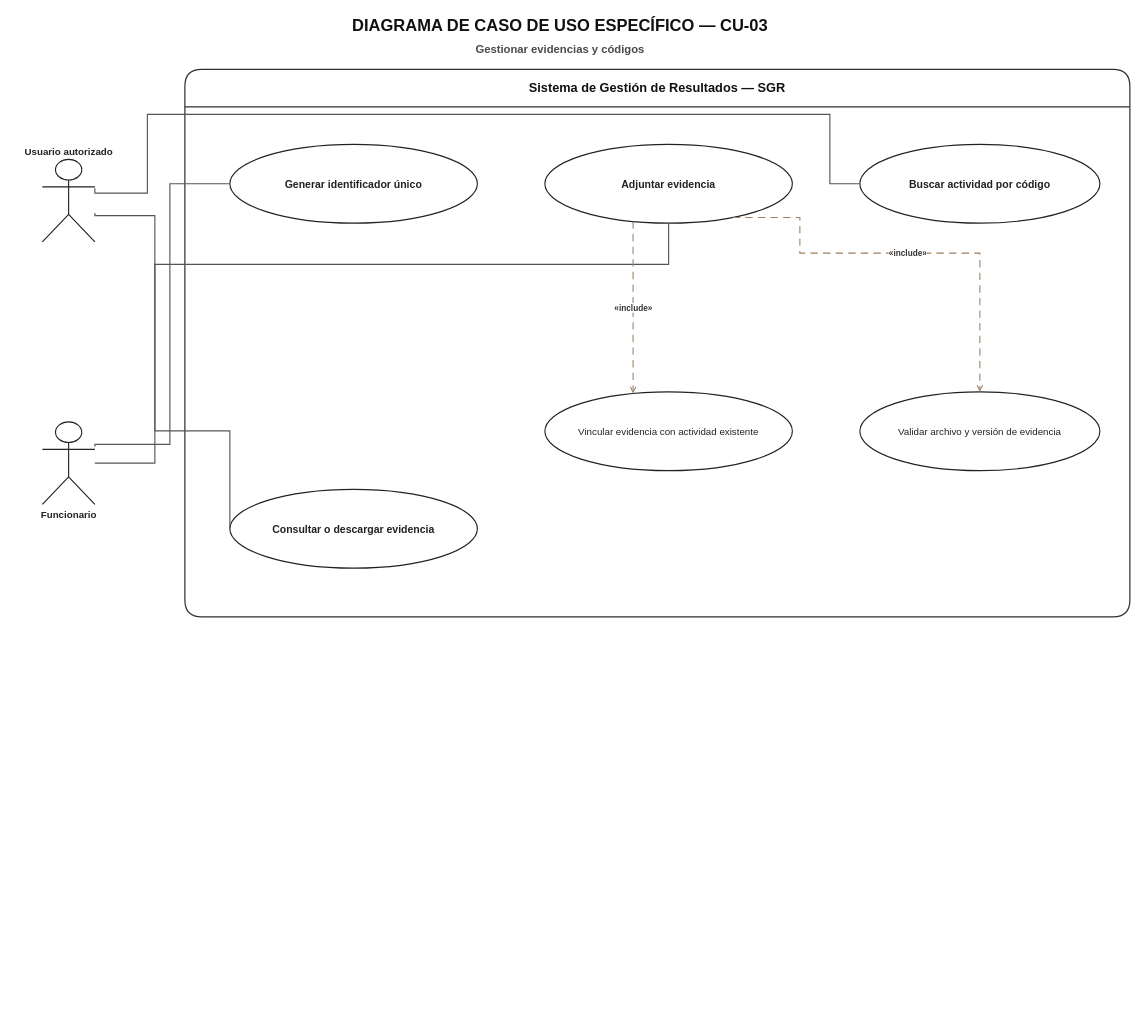
This is docs/uml/02_casos_de_uso/02_especificos/CU03_gestionar_evidencias_y_codigos/Diagrama_Caso_Uso_Especifico_CU03_SGR.drawio from MasterCapehart/sgr-proyecto-integrado, a draw.io file, before an edit. Source tidied: cells renumbered, new cells numbered last; positions are measured from the earlier drawing's top-left corner, leaving out a move shared by most shapes. Both pictures are drawn from the tidied source at 75%, with x=0, y=0 at pixel (42, 13).
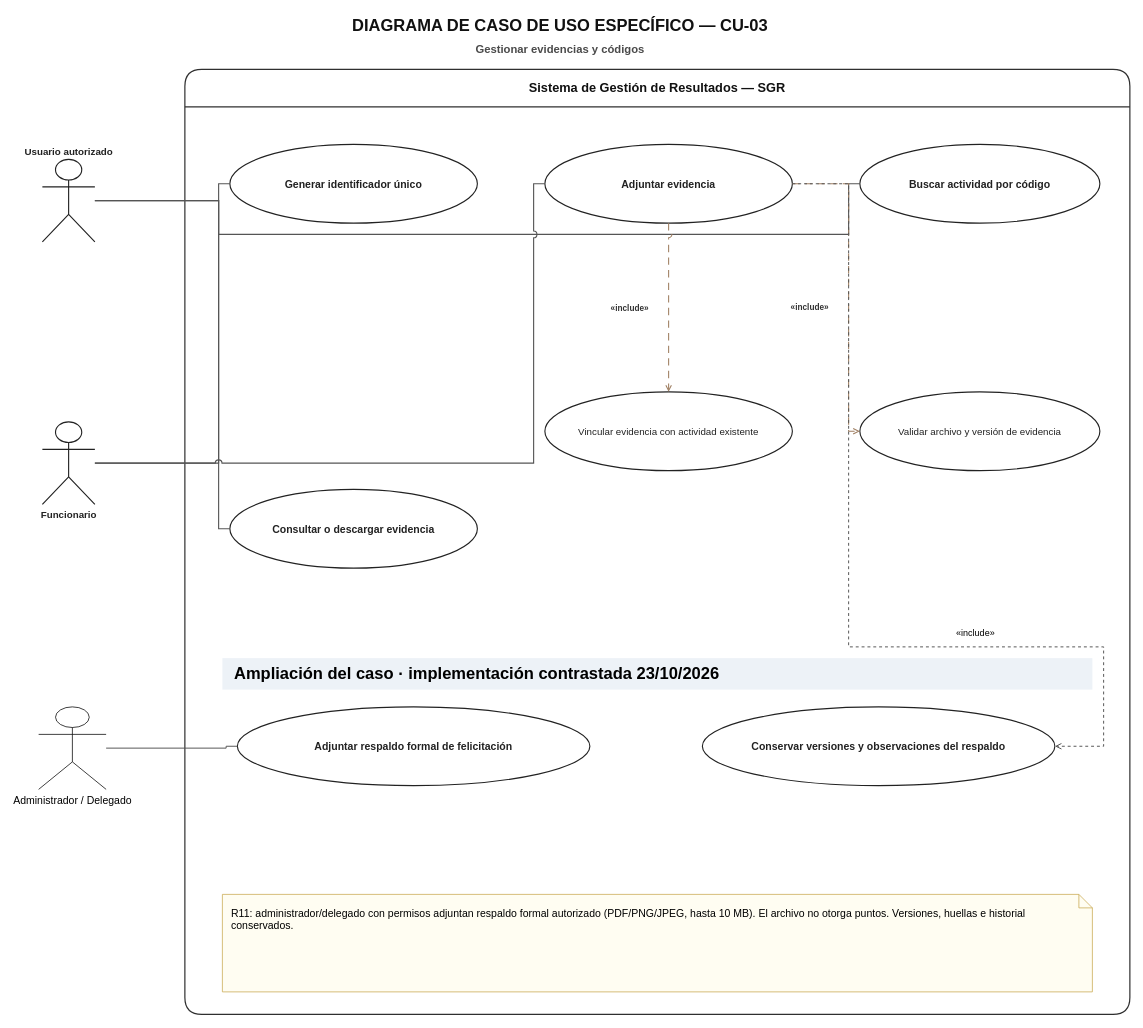
The same diagram, later.

Unchanged cells that the change refers to:
```xml
<mxCell id="5" value="Consultar o descargar evidencia" style="ellipse;whiteSpace=wrap;html=1;fillColor=#FFFFFF;strokeColor=#222222;fontColor=#222222;fontSize=14;strokeWidth=1.5;fontStyle=1;" parent="4" vertex="1">
  <mxGeometry x="60" y="560" width="330" height="105" as="geometry" />
</mxCell>
<mxCell id="6" value="Usuario autorizado" style="shape=umlActor;verticalLabelPosition=top;verticalAlign=bottom;html=1;outlineConnect=0;fillColor=#FFFFFF;strokeColor=#222222;fontColor=#222222;fontSize=13;fontStyle=1;strokeWidth=1.5;" parent="1" vertex="1">
  <mxGeometry y="195" width="70" height="110" as="geometry" />
</mxCell>
<mxCell id="7" value="Funcionario" style="shape=umlActor;verticalLabelPosition=bottom;verticalAlign=top;html=1;outlineConnect=0;fillColor=#FFFFFF;strokeColor=#222222;fontColor=#222222;fontSize=13;fontStyle=1;strokeWidth=1.5;" parent="1" vertex="1">
  <mxGeometry y="545" width="70" height="110" as="geometry" />
</mxCell>
<mxCell id="8" value="Generar identificador único" style="ellipse;whiteSpace=wrap;html=1;fillColor=#FFFFFF;strokeColor=#222222;fontColor=#222222;fontSize=14;strokeWidth=1.5;fontStyle=1;" parent="1" vertex="1">
  <mxGeometry x="250" y="175" width="330" height="105" as="geometry" />
</mxCell>
<mxCell id="9" value="Adjuntar evidencia" style="ellipse;whiteSpace=wrap;html=1;fillColor=#FFFFFF;strokeColor=#222222;fontColor=#222222;fontSize=14;strokeWidth=1.5;fontStyle=1;" parent="1" vertex="1">
  <mxGeometry x="670" y="175" width="330" height="105" as="geometry" />
</mxCell>
<mxCell id="10" value="Buscar actividad por código" style="ellipse;whiteSpace=wrap;html=1;fillColor=#FFFFFF;strokeColor=#222222;fontColor=#222222;fontSize=14;strokeWidth=1.5;fontStyle=1;" parent="1" vertex="1">
  <mxGeometry x="1090" y="175" width="320" height="105" as="geometry" />
</mxCell>
<mxCell id="11" value="Vincular evidencia con actividad existente" style="ellipse;whiteSpace=wrap;html=1;fillColor=#FFFFFF;strokeColor=#222222;fontColor=#222222;fontSize=13;strokeWidth=1.5;" parent="1" vertex="1">
  <mxGeometry x="670" y="505" width="330" height="105" as="geometry" />
</mxCell>
<mxCell id="12" value="Validar archivo y versión de evidencia" style="ellipse;whiteSpace=wrap;html=1;fillColor=#FFFFFF;strokeColor=#222222;fontColor=#222222;fontSize=13;strokeWidth=1.5;" parent="1" vertex="1">
  <mxGeometry x="1090" y="505" width="320" height="105" as="geometry" />
</mxCell>
```

What changed in the source:
```diff
@@
     <mxCell id="4" value="Sistema de Gestión de Resultados — SGR" style="swimlane;horizontal=1;startSize=50;rounded=1;whiteSpace=wrap;html=1;fillColor=#FFFFFF;swimlaneFillColor=#FFFFFF;strokeColor=#2F2F2F;fontColor=#111111;fontSize=17;fontStyle=1;spacing=8;strokeWidth=1.6;" parent="1" vertex="1">
-      <mxGeometry x="190" y="75" width="1260" height="730" as="geometry" />
+      <mxGeometry x="190" y="75" width="1260" height="1260" as="geometry" />
     </mxCell>
@@
-    <mxCell id="13" style="edgeStyle=orthogonalEdgeStyle;jettySize=auto;endArrow=none;startArrow=none;html=1;rounded=0;strokeColor=#555555;strokeWidth=1.5;exitX=1;exitY=0.35;entryX=0;entryY=0.5;" parent="1" edge="1" source="6" target="10">
+    <mxCell id="13" style="jettySize=auto;endArrow=none;startArrow=none;html=1;strokeColor=#555555;strokeWidth=1.5;jumpSize=8;edgeStyle=none;noEdgeStyle=1;rounded=0;exitX=1;exitY=0.5;entryX=0;entryY=0.5;exitPerimeter=0;entryPerimeter=0;jumpStyle=arc;jumpSize=8;" parent="1" edge="1" source="6" target="10">
       <mxGeometry relative="1" as="geometry">
         <Array as="points">
-          <mxPoint x="140" y="240" />
-          <mxPoint x="140" y="135" />
-          <mxPoint x="1050" y="135" />
-          <mxPoint x="1050" y="227" />
+          <mxPoint x="235" y="250" />
+          <mxPoint x="235" y="295" />
+          <mxPoint x="1075" y="295" />
+          <mxPoint x="1075" y="227.5" />
         </Array>
       </mxGeometry>
     </mxCell>
-    <mxCell id="14" style="edgeStyle=orthogonalEdgeStyle;jettySize=auto;endArrow=none;startArrow=none;html=1;rounded=0;strokeColor=#555555;strokeWidth=1.5;exitX=1;exitY=0.65;entryX=0;entryY=0.5;" parent="1" edge="1" source="6" target="5">
+    <mxCell id="14" style="jettySize=auto;endArrow=none;startArrow=none;html=1;strokeColor=#555555;strokeWidth=1.5;jumpSize=8;edgeStyle=none;noEdgeStyle=1;rounded=0;exitX=1;exitY=0.5;entryX=0;entryY=0.5;exitPerimeter=0;entryPerimeter=0;jumpStyle=arc;jumpSize=8;" parent="1" edge="1" source="6" target="5">
       <mxGeometry relative="1" as="geometry">
         <Array as="points">
-          <mxPoint x="150" y="270" />
-          <mxPoint x="150" y="557" />
+          <mxPoint x="235" y="250" />
+          <mxPoint x="235" y="687.5" />
         </Array>
       </mxGeometry>
     </mxCell>
-    <mxCell id="15" style="edgeStyle=orthogonalEdgeStyle;jettySize=auto;endArrow=none;startArrow=none;html=1;rounded=0;strokeColor=#555555;strokeWidth=1.5;exitX=1;exitY=0.3;entryX=0;entryY=0.5;" parent="1" edge="1" source="7" target="8">
+    <mxCell id="15" style="jettySize=auto;endArrow=none;startArrow=none;html=1;strokeColor=#555555;strokeWidth=1.5;jumpSize=8;edgeStyle=none;noEdgeStyle=1;rounded=0;exitX=1;exitY=0.5;entryX=0;entryY=0.5;exitPerimeter=0;entryPerimeter=0;jumpStyle=arc;jumpSize=8;" parent="1" edge="1" source="7" target="8">
       <mxGeometry relative="1" as="geometry">
         <Array as="points">
-          <mxPoint x="170" y="575" />
-          <mxPoint x="170" y="227" />
+          <mxPoint x="235" y="600" />
+          <mxPoint x="235" y="227.5" />
         </Array>
       </mxGeometry>
     </mxCell>
-    <mxCell id="16" style="edgeStyle=orthogonalEdgeStyle;jettySize=auto;endArrow=none;startArrow=none;html=1;rounded=0;strokeColor=#555555;strokeWidth=1.5;exitX=1;exitY=0.55;entryX=0;entryY=0.5;exitX=1;exitY=0.5;entryX=0.5;entryY=1;" parent="1" edge="1" source="7" target="9">
+    <mxCell id="16" style="jettySize=auto;endArrow=none;startArrow=none;html=1;strokeColor=#555555;strokeWidth=1.5;jumpSize=8;edgeStyle=none;noEdgeStyle=1;rounded=0;exitX=1;exitY=0.5;entryX=0;entryY=0.5;exitPerimeter=0;entryPerimeter=0;jumpStyle=arc;jumpSize=8;" parent="1" edge="1" source="7" target="9">
       <mxGeometry relative="1" as="geometry">
         <Array as="points">
-          <mxPoint x="150" y="600" />
-          <mxPoint x="150" y="335" />
-          <mxPoint x="835" y="335" />
+          <mxPoint x="655" y="600" />
+          <mxPoint x="655" y="227.5" />
         </Array>
       </mxGeometry>
     </mxCell>
-    <mxCell id="17" value="«include»" style="edgeStyle=orthogonalEdgeStyle;jettySize=auto;endArrow=open;endFill=0;startArrow=none;html=1;rounded=0;dashed=1;dashPattern=7 5;strokeColor=#9E7E61;strokeWidth=1.4;fontSize=11;fontStyle=1;labelBackgroundColor=#FFFFFF;exitX=0.35;exitY=1;entryX=0.35;entryY=0;fontColor=#333333;" parent="1" edge="1" source="9" target="11">
-      <mxGeometry relative="1" as="geometry" />
+    <mxCell id="17" value="«include»" style="jettySize=auto;endArrow=open;endFill=0;startArrow=none;html=1;dashed=1;dashPattern=7 5;strokeColor=#9E7E61;strokeWidth=1.4;fontSize=11;fontStyle=1;labelBackgroundColor=#FFFFFF;fontColor=#333333;jumpSize=8;edgeStyle=none;noEdgeStyle=1;rounded=0;exitX=0.5;exitY=1;entryX=0.5;entryY=0;exitPerimeter=0;entryPerimeter=0;jumpStyle=arc;jumpSize=8;" parent="1" edge="1" source="9" target="11">
+      <mxGeometry relative="1" as="geometry">
+        <mxPoint x="-52" as="offset" />
+      </mxGeometry>
     </mxCell>
-    <mxCell id="18" value="«include»" style="edgeStyle=orthogonalEdgeStyle;jettySize=auto;endArrow=open;endFill=0;startArrow=none;html=1;rounded=0;dashed=1;dashPattern=7 5;strokeColor=#9E7E61;strokeWidth=1.4;fontSize=11;fontStyle=1;labelBackgroundColor=#FFFFFF;exitX=0.8;exitY=1;entryX=0.5;entryY=0;fontColor=#333333;" parent="1" edge="1" source="9" target="12">
-      <mxGeometry relative="1" as="geometry">
+    <mxCell id="18" value="«include»" style="jettySize=auto;endArrow=open;endFill=0;startArrow=none;html=1;dashed=1;dashPattern=7 5;strokeColor=#9E7E61;strokeWidth=1.4;fontSize=11;fontStyle=1;labelBackgroundColor=#FFFFFF;fontColor=#333333;jumpSize=8;edgeStyle=none;noEdgeStyle=1;rounded=0;exitX=1;exitY=0.5;entryX=0;entryY=0.5;exitPerimeter=0;entryPerimeter=0;jumpStyle=arc;jumpSize=8;" parent="1" edge="1" source="9" target="12">
+      <mxGeometry x="0.14" relative="1" as="geometry">
         <Array as="points">
-          <mxPoint x="1010" y="320" />
-          <mxPoint x="1250" y="320" />
+          <mxPoint x="1075" y="227.5" />
+          <mxPoint x="1075" y="557.5" />
         </Array>
+        <mxPoint x="-52" as="offset" />
       </mxGeometry>
     </mxCell>
+    <mxCell id="19" value="Administrador / Delegado" style="shape=umlActor;verticalLabelPosition=bottom;verticalAlign=top;html=1;fontSize=14;" parent="1" vertex="1">
+      <mxGeometry x="-5" y="925" width="90" height="110" as="geometry" />
+    </mxCell>
+    <mxCell id="20" value="Ampliación del caso · implementación contrastada 23/10/2026" style="text;html=1;strokeColor=none;fillColor=#EDF2F7;align=left;verticalAlign=middle;fontSize=22;fontStyle=1;spacingLeft=14;" parent="1" vertex="1">
+      <mxGeometry x="240" y="860" width="1160" height="42" as="geometry" />
+    </mxCell>
+    <mxCell id="21" value="Adjuntar respaldo formal de felicitación" style="ellipse;whiteSpace=wrap;html=1;fillColor=#FFFFFF;strokeColor=#222222;fontColor=#222222;fontSize=14;strokeWidth=1.5;fontStyle=1;" parent="1" vertex="1">
+      <mxGeometry x="260" y="925" width="470" height="105" as="geometry" />
+    </mxCell>
+    <mxCell id="22" value="Conservar versiones y observaciones del respaldo" style="ellipse;whiteSpace=wrap;html=1;fillColor=#FFFFFF;strokeColor=#222222;fontColor=#222222;fontSize=14;strokeWidth=1.5;fontStyle=1;" parent="1" vertex="1">
+      <mxGeometry x="880" y="925" width="470" height="105" as="geometry" />
+    </mxCell>
+    <mxCell id="23" style="html=1;strokeColor=#555555;strokeWidth=1.3;fontSize=12;labelBackgroundColor=#FFFFFF;startArrow=none;endArrow=none;jumpSize=8;edgeStyle=none;noEdgeStyle=1;rounded=0;exitX=1;exitY=0.5;entryX=0;entryY=0.5;exitPerimeter=0;entryPerimeter=0;jumpStyle=arc;jumpSize=8;" parent="1" edge="1" source="19" target="21">
+      <mxGeometry relative="1" as="geometry">
+        <Array as="points">
+          <mxPoint x="245" y="980" />
+          <mxPoint x="245" y="977.5" />
+        </Array>
+      </mxGeometry>
+    </mxCell>
+    <mxCell id="24" value="R11: administrador/delegado con permisos adjuntan respaldo formal autorizado (PDF/PNG/JPEG, hasta 10 MB). El archivo no otorga puntos. Versiones, huellas e historial conservados." style="shape=note;whiteSpace=wrap;html=1;size=18;fillColor=#FFFDF2;strokeColor=#C8A951;fontSize=14;align=left;verticalAlign=top;spacing=12;" parent="1" vertex="1">
+      <mxGeometry x="240" y="1175" width="1160" height="130" as="geometry" />
+    </mxCell>
+    <mxCell id="25" value="«include»" style="html=1;strokeColor=#555555;strokeWidth=1.3;fontSize=12;labelBackgroundColor=#FFFFFF;endArrow=open;endFill=0;dashed=1;jumpSize=8;edgeStyle=none;noEdgeStyle=1;rounded=0;exitX=1;exitY=0.5;entryX=1;entryY=0.5;exitPerimeter=0;entryPerimeter=0;jumpStyle=arc;jumpSize=8;" parent="1" edge="1" source="9" target="22">
+      <mxGeometry x="0.4" relative="1" as="geometry">
+        <Array as="points">
+          <mxPoint x="1075" y="227.5" />
+          <mxPoint x="1075" y="845" />
+          <mxPoint x="1415" y="845" />
+          <mxPoint x="1415" y="977.5" />
+        </Array>
+        <mxPoint y="-18" as="offset" />
+      </mxGeometry>
+    </mxCell>
```
